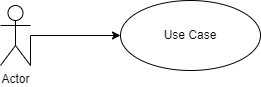
Earlier version of the draw.io export docs/diagrams/use-cases.drawio.png (taurasbear/automotive-marketplace). Source tidied: cells renumbered, new cells last; positions are measured from the earlier drawing's top-left corner, leaving out a move shared by most shapes.
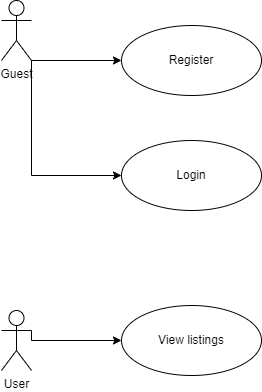
The same file after the commit.

Commit message:
Updated use-cases diagram.

Diff of the diagram source:
```diff
@@ -9,11 +9,30 @@
         </Array>
       </mxGeometry>
     </mxCell>
+    <mxCell id="5" style="edgeStyle=orthogonalEdgeStyle;rounded=0;jettySize=auto;html=1;exitX=1;exitY=1;exitDx=0;exitDy=0;exitPerimeter=0;entryX=0;entryY=0.5;entryDx=0;entryDy=0;" parent="1" edge="1" source="3" target="6">
+      <mxGeometry relative="1" as="geometry" />
+    </mxCell>
-    <mxCell id="3" value="Actor" style="shape=umlActor;verticalLabelPosition=bottom;verticalAlign=top;html=1;outlineConnect=0;" parent="1" vertex="1">
-      <mxGeometry y="5" width="30" height="60" as="geometry" />
+    <mxCell id="3" value="Guest" style="shape=umlActor;verticalLabelPosition=bottom;verticalAlign=top;html=1;outlineConnect=0;" parent="1" vertex="1">
+      <mxGeometry y="-25" width="30" height="60" as="geometry" />
     </mxCell>
-    <mxCell id="4" value="Use Case" style="ellipse;whiteSpace=wrap;html=1;" parent="1" vertex="1">
+    <mxCell id="4" value="Register" style="ellipse;whiteSpace=wrap;html=1;" parent="1" vertex="1">
       <mxGeometry x="120" width="140" height="70" as="geometry" />
     </mxCell>
+    <mxCell id="6" value="Login" style="ellipse;whiteSpace=wrap;html=1;" parent="1" vertex="1">
+      <mxGeometry x="120" y="115" width="140" height="70" as="geometry" />
+    </mxCell>
+    <mxCell id="7" style="edgeStyle=orthogonalEdgeStyle;rounded=0;jettySize=auto;html=1;exitX=1;exitY=0.3333333333333333;exitDx=0;exitDy=0;exitPerimeter=0;entryX=0;entryY=0.5;entryDx=0;entryDy=0;" parent="1" edge="1" source="8" target="9">
+      <mxGeometry relative="1" as="geometry">
+        <Array as="points">
+          <mxPoint x="30" y="315" />
+        </Array>
+      </mxGeometry>
+    </mxCell>
+    <mxCell id="8" value="User" style="shape=umlActor;verticalLabelPosition=bottom;verticalAlign=top;html=1;" parent="1" vertex="1">
+      <mxGeometry y="285" width="30" height="60" as="geometry" />
+    </mxCell>
+    <mxCell id="9" value="View listings" style="ellipse;whiteSpace=wrap;html=1;" parent="1" vertex="1">
+      <mxGeometry x="120" y="280" width="140" height="70" as="geometry" />
+    </mxCell>
   </root>
 </mxGraphModel>
```
